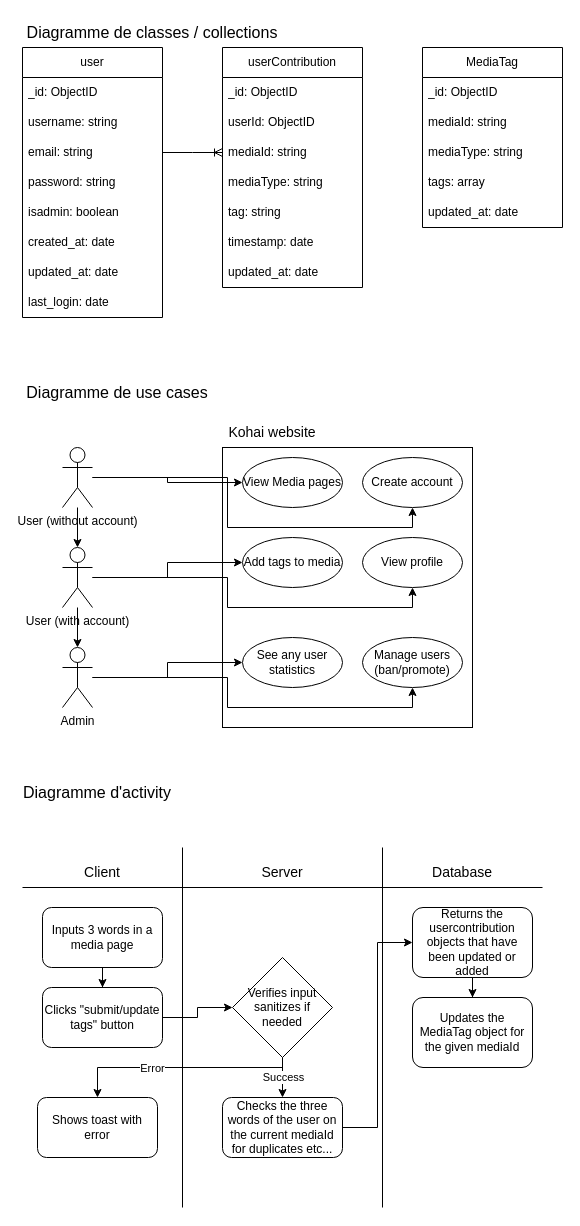
The draw.io diagram uml/diagrams.drawio in Vaalley/kohai, before the edit. Source tidied: cells renumbered, new cells numbered last; positions are measured from the earlier drawing's top-left corner, leaving out a move shared by most shapes. Both pictures are drawn from the tidied source at 100%, with x=0, y=0 at pixel (22, 17).
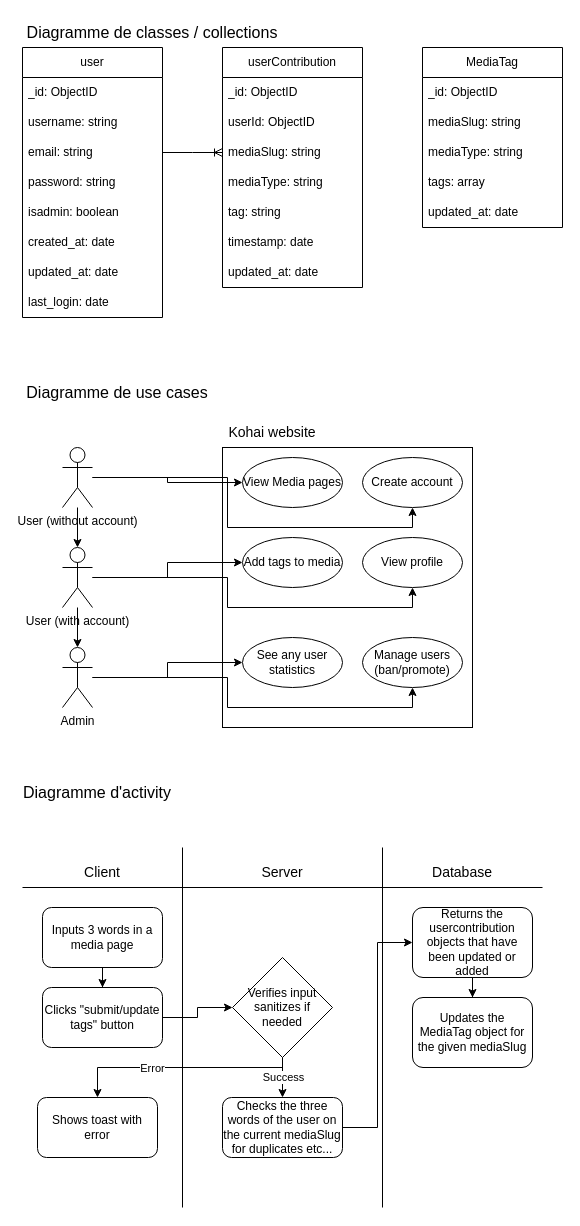
Above is the later version.

Commit message (it also covers changes not shown here):
refactor: mediaId -> mediaSlug (#26)

Unchanged cells that the change refers to:
```xml
<mxCell id="11" value="userContribution" style="swimlane;fontStyle=0;horizontal=1;startSize=30;whiteSpace=wrap;html=1;" parent="1" vertex="1">
  <mxGeometry x="200" y="30" width="140" height="240" as="geometry" />
</mxCell>
<mxCell id="19" value="MediaTag" style="swimlane;fontStyle=0;horizontal=1;startSize=30;whiteSpace=wrap;html=1;" parent="1" vertex="1">
  <mxGeometry x="400" y="30" width="140" height="180" as="geometry" />
</mxCell>
```

Change to the diagram source:
```diff
@@
-    <mxCell id="14" value="mediaId: string" style="text;strokeColor=none;fillColor=none;align=left;verticalAlign=middle;spacingLeft=4;spacingRight=4;overflow=hidden;points=[[0,0.5],[1,0.5]];portConstraint=eastwest;whiteSpace=wrap;html=1;" parent="11" vertex="1">
+    <mxCell id="14" value="mediaSlug: string" style="text;strokeColor=none;fillColor=none;align=left;verticalAlign=middle;spacingLeft=4;spacingRight=4;overflow=hidden;points=[[0,0.5],[1,0.5]];portConstraint=eastwest;whiteSpace=wrap;html=1;" parent="11" vertex="1">
       <mxGeometry y="90" width="140" height="30" as="geometry" />
     </mxCell>
@@
-    <mxCell id="21" value="mediaId: string" style="text;strokeColor=none;fillColor=none;align=left;verticalAlign=middle;spacingLeft=4;spacingRight=4;overflow=hidden;whiteSpace=wrap;html=1;" parent="19" vertex="1">
+    <mxCell id="21" value="mediaSlug: string" style="text;strokeColor=none;fillColor=none;align=left;verticalAlign=middle;spacingLeft=4;spacingRight=4;overflow=hidden;whiteSpace=wrap;html=1;" parent="19" vertex="1">
       <mxGeometry y="60" width="140" height="30" as="geometry" />
     </mxCell>
@@
-    <mxCell id="63" value="Checks the three words of the user on the current mediaId for duplicates etc..." style="rounded=1;whiteSpace=wrap;html=1;" parent="1" vertex="1">
+    <mxCell id="63" value="Checks the three words of the user on the current mediaSlug for duplicates etc..." style="rounded=1;whiteSpace=wrap;html=1;" parent="1" vertex="1">
       <mxGeometry x="200" y="1080" width="120" height="60" as="geometry" />
     </mxCell>
@@
-    <mxCell id="67" value="Updates the MediaTag object for the given mediaId" style="rounded=1;whiteSpace=wrap;html=1;" parent="1" vertex="1">
+    <mxCell id="67" value="Updates the MediaTag object for the given mediaSlug" style="rounded=1;whiteSpace=wrap;html=1;" parent="1" vertex="1">
       <mxGeometry x="390" y="980" width="120" height="70" as="geometry" />
     </mxCell>
```
